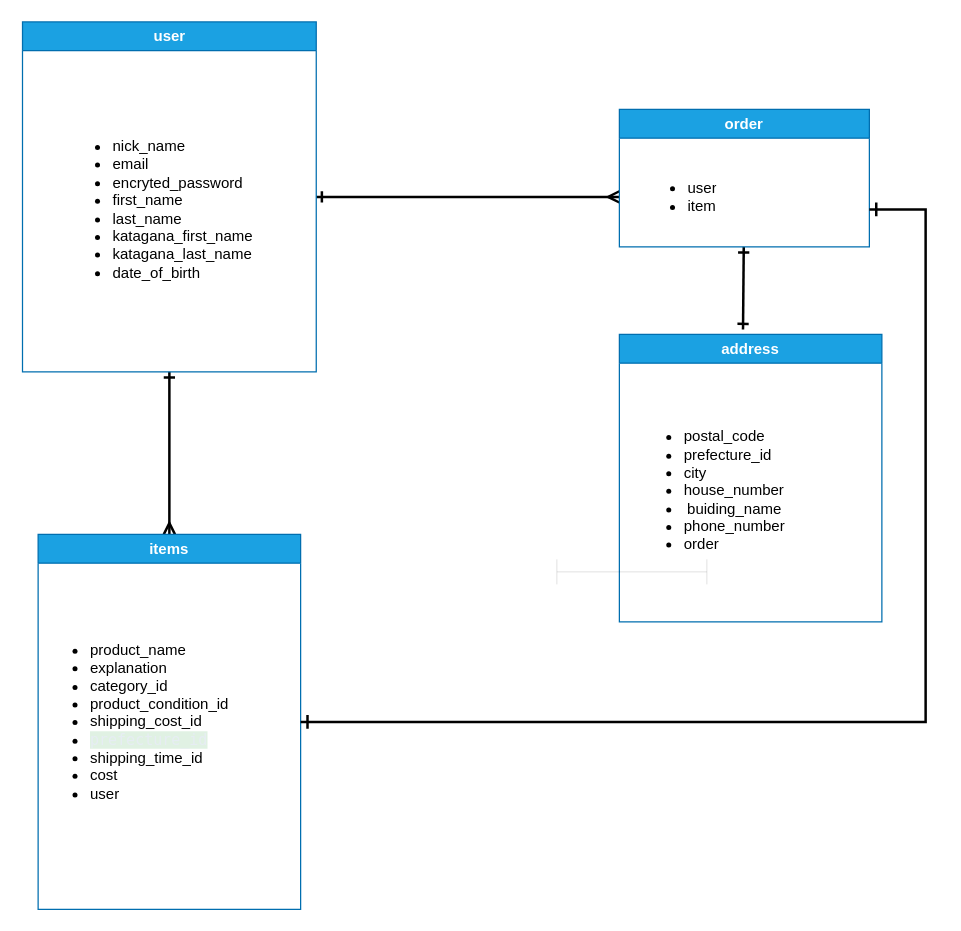
This is ES図.dio from HaNguyen32/furima-39623, a draw.io file, before an edit. Source tidied: cells renumbered, new cells numbered last; positions are measured from the earlier drawing's top-left corner, leaving out a move shared by most shapes. Both pictures are drawn from the tidied source at 125%, with x=0, y=0 at pixel (21, 21).
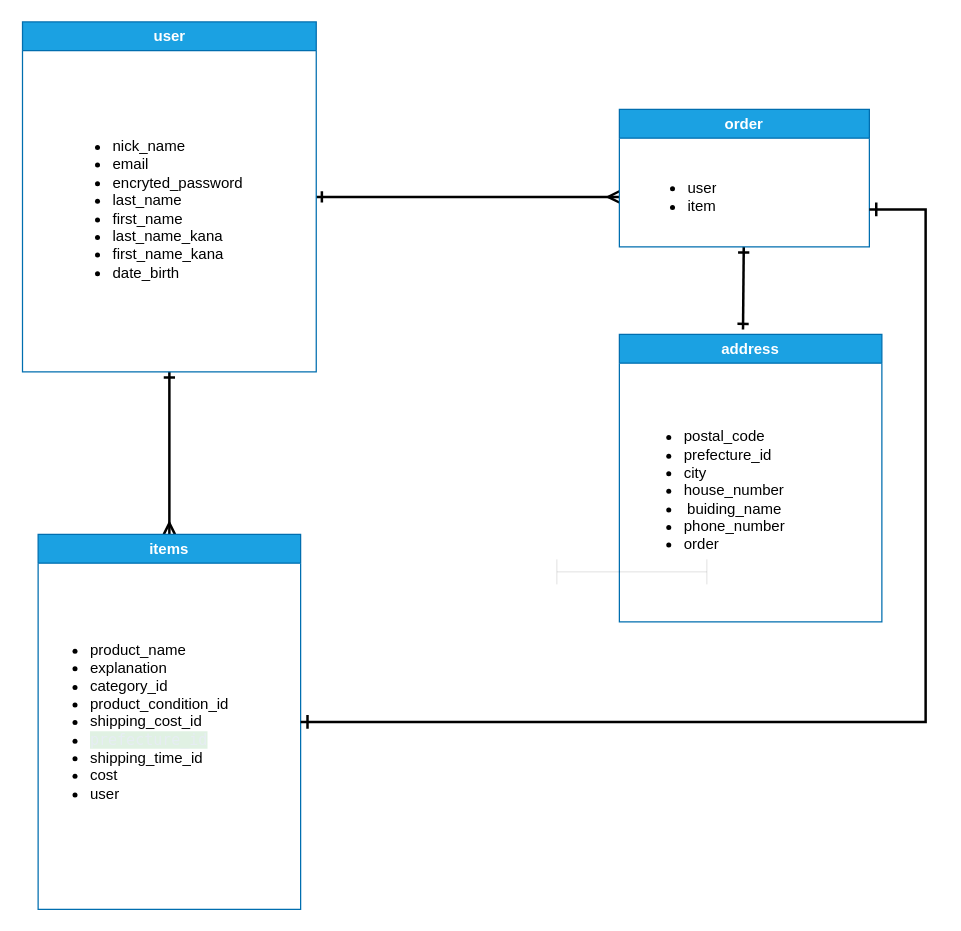
Above is the later version.

Commit message:
userのカラム名の変更

Change to the diagram source:
```diff
@@
 <mxGraphModel>
   <root>
     <mxCell id="0" />
     <mxCell id="1" parent="0" />
     <mxCell id="2" style="edgeStyle=none;html=1;entryX=0.5;entryY=0;entryDx=0;entryDy=0;endArrow=ERmany;endFill=0;strokeWidth=2;startArrow=ERone;startFill=0;" parent="1" edge="1" source="4" target="6">
       <mxGeometry relative="1" as="geometry">
         <Array as="points">
           <mxPoint x="118" y="280" />
         </Array>
       </mxGeometry>
     </mxCell>
     <mxCell id="3" style="edgeStyle=none;html=1;strokeWidth=2;endArrow=ERmany;endFill=0;startArrow=ERone;startFill=0;" parent="1" edge="1" source="4">
       <mxGeometry relative="1" as="geometry">
         <mxPoint x="478" y="140" as="targetPoint" />
       </mxGeometry>
     </mxCell>
     <mxCell id="4" value="user" style="swimlane;whiteSpace=wrap;html=1;fillColor=#1ba1e2;fontColor=#ffffff;strokeColor=#006EAF;" parent="1" vertex="1">
       <mxGeometry x="0.5" width="235" height="280" as="geometry" />
     </mxCell>
-    <mxCell id="5" value="&lt;ul&gt;&lt;li&gt;nick_name&amp;nbsp; &amp;nbsp;&amp;nbsp;&lt;/li&gt;&lt;li&gt;email&lt;/li&gt;&lt;li&gt;&lt;span style=&quot;text-align: center;&quot;&gt;encryted_password&lt;/span&gt;&lt;br&gt;&lt;/li&gt;&lt;li&gt;&lt;span style=&quot;text-align: center;&quot;&gt;first_name&lt;/span&gt;&lt;/li&gt;&lt;li&gt;&lt;span style=&quot;text-align: center;&quot;&gt;last_name&lt;/span&gt;&lt;/li&gt;&lt;li&gt;&lt;span style=&quot;text-align: center;&quot;&gt;katagana_first_name&lt;/span&gt;&lt;/li&gt;&lt;li&gt;katagana_last_name&lt;/li&gt;&lt;li&gt;date_of_birth&lt;/li&gt;&lt;/ul&gt;" style="text;strokeColor=none;fillColor=none;html=1;whiteSpace=wrap;verticalAlign=middle;overflow=hidden;" parent="4" vertex="1">
+    <mxCell id="5" value="&lt;ul&gt;&lt;li&gt;nick_name&amp;nbsp; &amp;nbsp;&amp;nbsp;&lt;/li&gt;&lt;li&gt;email&lt;/li&gt;&lt;li&gt;&lt;span style=&quot;text-align: center;&quot;&gt;encryted_password&lt;/span&gt;&lt;/li&gt;&lt;li&gt;&lt;span style=&quot;text-align: center;&quot;&gt;last_name&lt;/span&gt;&lt;/li&gt;&lt;li&gt;&lt;span style=&quot;text-align: center;&quot;&gt;first_name&lt;/span&gt;&lt;/li&gt;&lt;li&gt;last_name_kana&lt;/li&gt;&lt;li&gt;first_name_kana&lt;/li&gt;&lt;li&gt;date_birth&lt;/li&gt;&lt;/ul&gt;" style="text;strokeColor=none;fillColor=none;html=1;whiteSpace=wrap;verticalAlign=middle;overflow=hidden;" parent="4" vertex="1">
       <mxGeometry x="30" y="40" width="180" height="220" as="geometry" />
     </mxCell>
     <mxCell id="6" value="items" style="swimlane;whiteSpace=wrap;html=1;fillColor=#1ba1e2;fontColor=#ffffff;strokeColor=#006EAF;" parent="1" vertex="1">
       <mxGeometry x="13" y="410" width="210" height="300" as="geometry" />
     </mxCell>
     <mxCell id="7" value="&lt;ul&gt;&lt;li&gt;&lt;span style=&quot;text-align: center;&quot;&gt;product_name&lt;/span&gt;&lt;br&gt;&lt;/li&gt;&lt;li&gt;&lt;span style=&quot;text-align: center;&quot;&gt;explanation&lt;/span&gt;&lt;br&gt;&lt;/li&gt;&lt;li&gt;&lt;span style=&quot;text-align: center;&quot;&gt;category_id&lt;/span&gt;&lt;br&gt;&lt;/li&gt;&lt;li&gt;&lt;span style=&quot;text-align: center;&quot;&gt;product_condition_id&lt;br&gt;&lt;/span&gt;&lt;/li&gt;&lt;li&gt;&lt;span style=&quot;text-align: center;&quot;&gt;shipping_cost_id&lt;/span&gt;&lt;/li&gt;&lt;li&gt;&lt;span style=&quot;color: rgb(230, 237, 243); font-family: ui-monospace, SFMono-Regular, &amp;quot;SF Mono&amp;quot;, Menlo, Consolas, &amp;quot;Liberation Mono&amp;quot;, monospace; background-color: rgba(46, 160, 67, 0.15);&quot;&gt;prefecture_id&lt;/span&gt;&lt;br&gt;&lt;/li&gt;&lt;li&gt;&lt;span style=&quot;text-align: center;&quot;&gt;shipping_time_id&lt;/span&gt;&lt;/li&gt;&lt;li&gt;cost&lt;/li&gt;&lt;li&gt;&lt;span style=&quot;text-align: center;&quot;&gt;user&lt;/span&gt;&lt;/li&gt;&lt;/ul&gt;" style="text;strokeColor=none;fillColor=none;html=1;whiteSpace=wrap;verticalAlign=middle;overflow=hidden;" parent="6" vertex="1">
       <mxGeometry y="40" width="190" height="220" as="geometry" />
     </mxCell>
     <mxCell id="8" style="edgeStyle=none;html=1;strokeWidth=2;endArrow=ERone;endFill=0;startArrow=ERone;startFill=0;entryX=0.471;entryY=-0.017;entryDx=0;entryDy=0;entryPerimeter=0;" parent="1" edge="1" source="9" target="11">
       <mxGeometry relative="1" as="geometry" />
     </mxCell>
     <mxCell id="9" value="order" style="swimlane;whiteSpace=wrap;html=1;fillColor=#1ba1e2;fontColor=#ffffff;strokeColor=#006EAF;" parent="1" vertex="1">
       <mxGeometry x="478" y="70" width="200" height="110" as="geometry" />
     </mxCell>
     <mxCell id="10" value="&lt;ul&gt;&lt;li&gt;user&lt;/li&gt;&lt;li&gt;item&lt;/li&gt;&lt;/ul&gt;" style="text;strokeColor=none;fillColor=none;html=1;whiteSpace=wrap;verticalAlign=middle;overflow=hidden;" parent="9" vertex="1">
       <mxGeometry x="12.5" y="40" width="175" height="60" as="geometry" />
     </mxCell>
     <mxCell id="11" value="address" style="swimlane;whiteSpace=wrap;html=1;fillColor=#1ba1e2;fontColor=#ffffff;strokeColor=#006EAF;" parent="1" vertex="1">
       <mxGeometry x="478" y="250" width="210" height="230" as="geometry" />
     </mxCell>
     <mxCell id="12" value="&lt;ul&gt;&lt;li&gt;postal_code&lt;/li&gt;&lt;li&gt;&lt;span style=&quot;text-align: center;&quot;&gt;prefecture_id&lt;/span&gt;&lt;br&gt;&lt;/li&gt;&lt;li&gt;&lt;span style=&quot;text-align: center;&quot;&gt;city&lt;/span&gt;&lt;/li&gt;&lt;li&gt;&lt;span style=&quot;text-align: center;&quot;&gt;house_number&lt;/span&gt;&lt;/li&gt;&lt;li style=&quot;text-align: center;&quot;&gt;buiding_name&lt;/li&gt;&lt;li&gt;&lt;span style=&quot;text-align: center;&quot;&gt;phone_number&lt;br&gt;&lt;/span&gt;&lt;/li&gt;&lt;li&gt;&lt;span style=&quot;text-align: center;&quot;&gt;order&lt;/span&gt;&lt;/li&gt;&lt;/ul&gt;" style="text;strokeColor=none;fillColor=none;html=1;whiteSpace=wrap;verticalAlign=middle;overflow=hidden;" parent="11" vertex="1">
       <mxGeometry x="10" y="40" width="160" height="170" as="geometry" />
     </mxCell>
     <mxCell id="13" style="edgeStyle=segmentEdgeStyle;endArrow=ERone;html=1;curved=0;rounded=0;endSize=8;startSize=8;strokeWidth=2;endFill=0;startArrow=ERone;startFill=0;" parent="1" edge="1">
       <mxGeometry relative="1" as="geometry">
         <mxPoint x="678" y="150" as="sourcePoint" />
         <mxPoint x="223" y="560" as="targetPoint" />
         <Array as="points">
           <mxPoint x="723" y="150" />
           <mxPoint x="723" y="560" />
           <mxPoint x="223" y="560" />
         </Array>
       </mxGeometry>
     </mxCell>
     <mxCell id="14" style="shape=crossbar;whiteSpace=wrap;html=1;rounded=1;strokeWidth=0;" parent="1" vertex="1">
       <mxGeometry x="428" y="430" width="120" height="20" as="geometry" />
     </mxCell>
   </root>
 </mxGraphModel>
```
